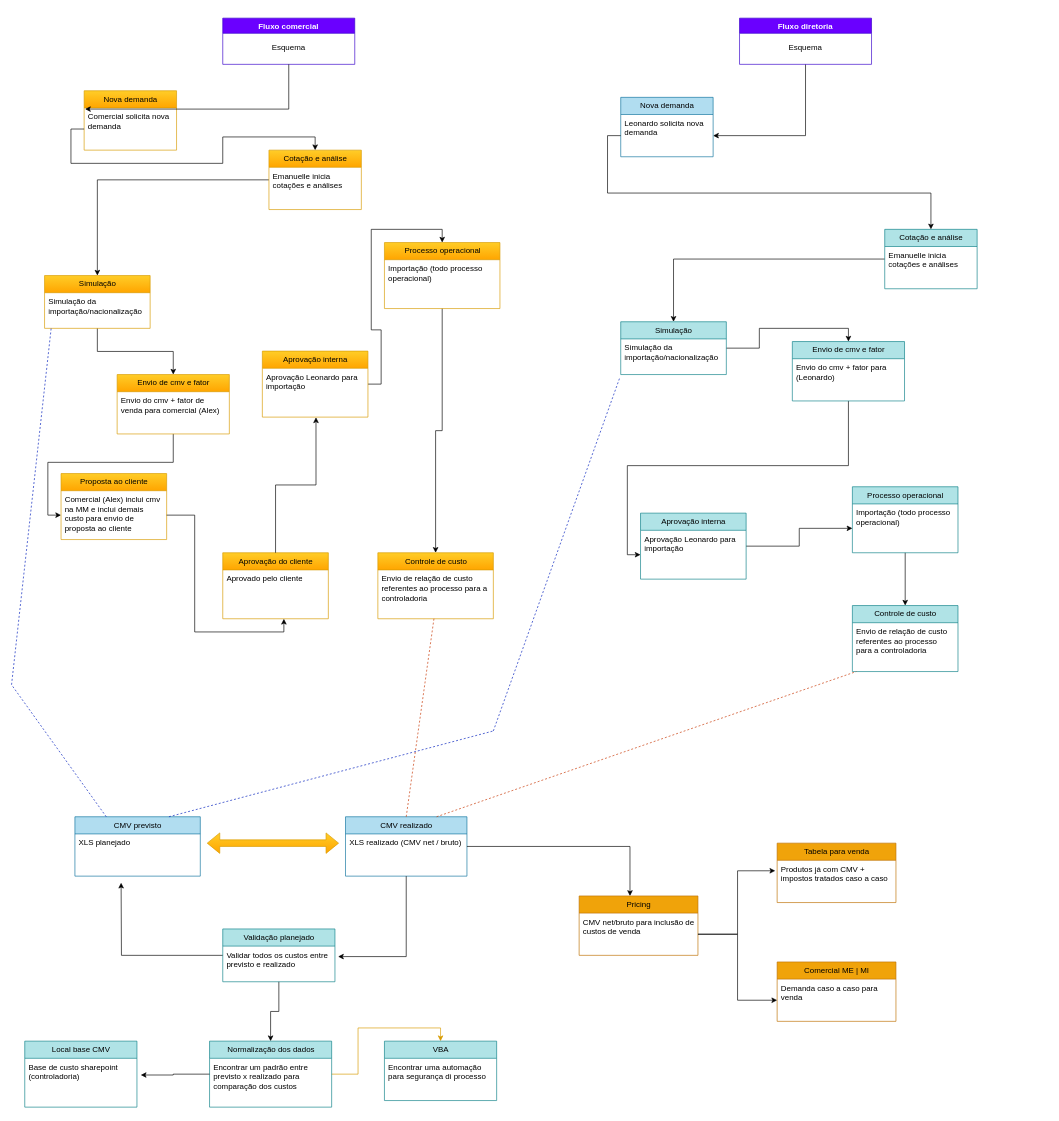
Before: fluxo_importação.drawio in L-Vasconcelos/drawio, a draw.io diagram. Source tidied: cells renumbered, new cells numbered last; positions are measured from the earlier drawing's top-left corner, leaving out a move shared by most shapes. Both pictures are drawn from the tidied source at 66%, with x=0, y=0 at pixel (11, 18).
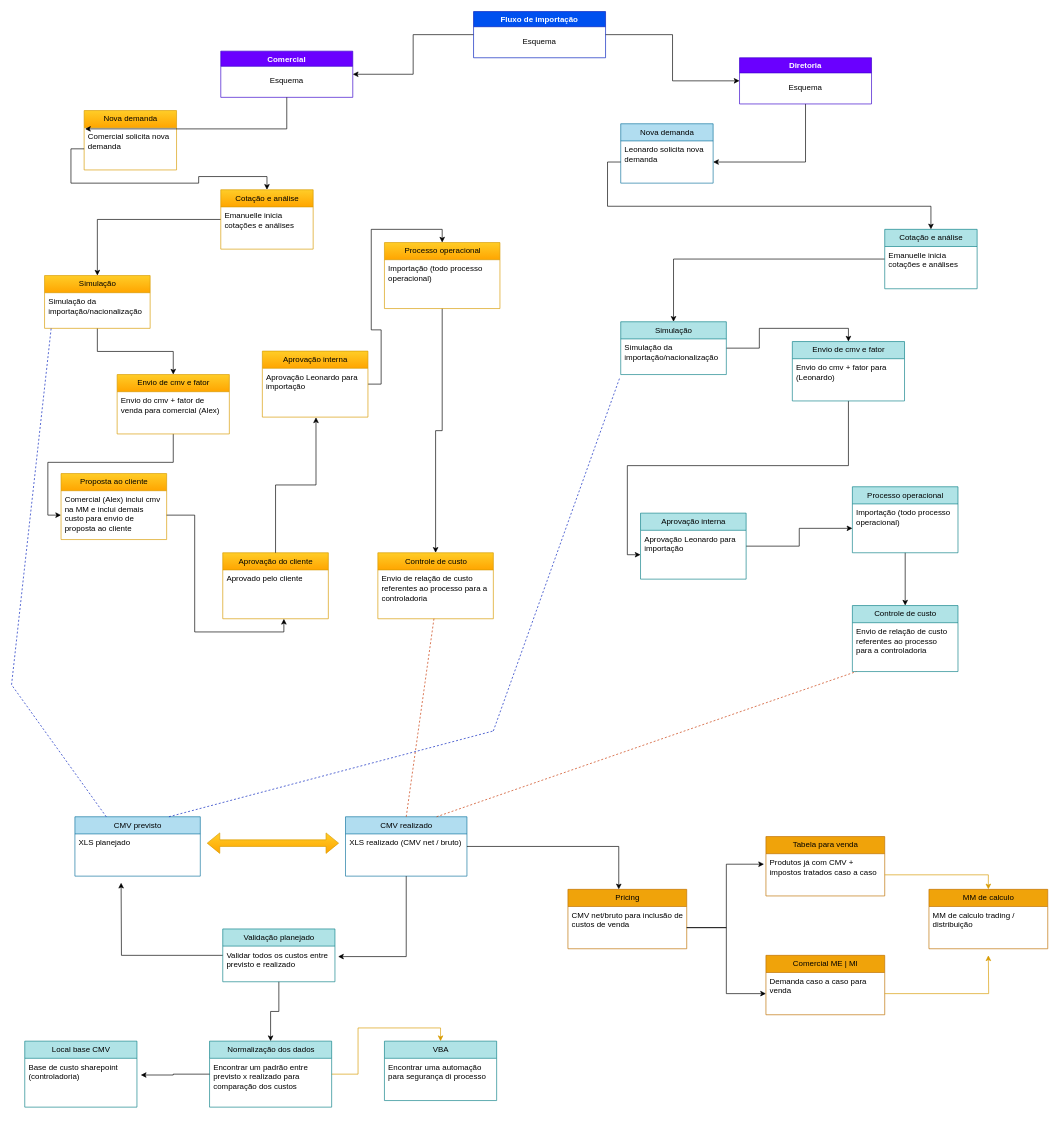
After the change.

The change refers to these unchanged cells:
```xml
<mxCell id="76" value="Produtos já com CMV + impostos tratados caso a caso" style="text;strokeColor=none;fillColor=none;align=left;verticalAlign=top;spacingLeft=4;spacingRight=4;overflow=hidden;points=[[0,0.5],[1,0.5]];portConstraint=eastwest;whiteSpace=wrap;html=1;" parent="75" vertex="1">
  <mxGeometry y="26" width="180" height="64" as="geometry" />
</mxCell>
<mxCell id="78" value="Demanda caso a caso para venda" style="text;strokeColor=none;fillColor=none;align=left;verticalAlign=top;spacingLeft=4;spacingRight=4;overflow=hidden;points=[[0,0.5],[1,0.5]];portConstraint=eastwest;whiteSpace=wrap;html=1;" parent="77" vertex="1">
  <mxGeometry y="26" width="180" height="64" as="geometry" />
</mxCell>
```

What changed in the source:
```diff
@@
     <mxCell id="2" value="&lt;font&gt;Nova demanda&lt;/font&gt;" style="swimlane;fontStyle=0;horizontal=1;startSize=26;fillColor=#ffcd28;html=1;gradientColor=#ffa500;strokeColor=#d79b00;" parent="1" vertex="1">
-      <mxGeometry x="110" y="110" width="140" height="90" as="geometry" />
+      <mxGeometry x="110" y="140" width="140" height="90" as="geometry" />
     </mxCell>
@@
     <mxCell id="5" value="Cotação e análise" style="swimlane;fontStyle=0;horizontal=1;startSize=26;fillColor=#ffcd28;html=1;gradientColor=#ffa500;strokeColor=#d79b00;" parent="1" vertex="1">
-      <mxGeometry x="390" y="200" width="140" height="90" as="geometry" />
+      <mxGeometry x="317" y="260" width="140" height="90" as="geometry" />
     </mxCell>
@@
-    <mxCell id="26" value="Fluxo comercial" style="swimlane;fillColor=#6a00ff;fontColor=#ffffff;strokeColor=#3700CC;" parent="1" vertex="1">
-      <mxGeometry x="320" width="200" height="70" as="geometry" />
+    <mxCell id="26" value="Comercial" style="swimlane;fillColor=#6a00ff;fontColor=#ffffff;strokeColor=#3700CC;" parent="1" vertex="1">
+      <mxGeometry x="317" y="50" width="200" height="70" as="geometry" />
     </mxCell>
@@
     <mxCell id="30" value="Nova demanda" style="swimlane;fontStyle=0;horizontal=1;startSize=26;fillColor=#b1ddf0;html=1;strokeColor=#10739e;" parent="1" vertex="1">
-      <mxGeometry x="923" y="120" width="140" height="90" as="geometry" />
+      <mxGeometry x="923" y="160" width="140" height="90" as="geometry" />
     </mxCell>
@@
-    <mxCell id="49" value="Fluxo diretoria" style="swimlane;fillColor=#6a00ff;fontColor=#ffffff;strokeColor=#3700CC;" parent="1" vertex="1">
-      <mxGeometry x="1103" width="200" height="70" as="geometry" />
+    <mxCell id="49" value="Diretoria" style="swimlane;fillColor=#6a00ff;fontColor=#ffffff;strokeColor=#3700CC;" parent="1" vertex="1">
+      <mxGeometry x="1103" y="60" width="200" height="70" as="geometry" />
     </mxCell>
@@
     <mxCell id="55" value="Pricing" style="swimlane;fontStyle=0;horizontal=1;startSize=26;fillColor=#f0a30a;html=1;strokeColor=#BD7000;fontColor=#000000;" parent="1" vertex="1">
-      <mxGeometry x="860" y="1330" width="180" height="90" as="geometry" />
+      <mxGeometry x="843" y="1320" width="180" height="90" as="geometry" />
     </mxCell>
@@
     <mxCell id="75" value="Tabela para venda" style="swimlane;fontStyle=0;horizontal=1;startSize=26;fillColor=#f0a30a;html=1;strokeColor=#BD7000;fontColor=#000000;" parent="1" vertex="1">
-      <mxGeometry x="1160" y="1250" width="180" height="90" as="geometry" />
+      <mxGeometry x="1143" y="1240" width="180" height="90" as="geometry" />
     </mxCell>
@@
     <mxCell id="77" value="Comercial ME | MI" style="swimlane;fontStyle=0;horizontal=1;startSize=26;fillColor=#f0a30a;html=1;strokeColor=#BD7000;fontColor=#000000;" parent="1" vertex="1">
-      <mxGeometry x="1160" y="1430" width="180" height="90" as="geometry" />
+      <mxGeometry x="1143" y="1420" width="180" height="90" as="geometry" />
     </mxCell>
+    <mxCell id="87" style="edgeStyle=orthogonalEdgeStyle;rounded=0;jettySize=auto;html=1;fillColor=#ffcd28;gradientColor=#ffa500;strokeColor=#d79b00;" parent="77" edge="1" source="78">
+      <mxGeometry relative="1" as="geometry">
+        <mxPoint x="337" as="targetPoint" />
+      </mxGeometry>
+    </mxCell>
@@
+    <mxCell id="88" style="edgeStyle=orthogonalEdgeStyle;rounded=0;jettySize=auto;html=1;entryX=1;entryY=0.5;entryDx=0;entryDy=0;" parent="1" edge="1" source="90" target="26">
+      <mxGeometry relative="1" as="geometry" />
+    </mxCell>
+    <mxCell id="89" style="edgeStyle=orthogonalEdgeStyle;rounded=0;jettySize=auto;html=1;entryX=0;entryY=0.5;entryDx=0;entryDy=0;" parent="1" edge="1" source="90" target="49">
+      <mxGeometry relative="1" as="geometry" />
+    </mxCell>
+    <mxCell id="90" value="Fluxo de importação" style="swimlane;fillColor=#0050ef;strokeColor=#001DBC;fontColor=#ffffff;" parent="1" vertex="1">
+      <mxGeometry x="700" y="-10" width="200" height="70" as="geometry" />
+    </mxCell>
+    <mxCell id="91" value="Esquema" style="text;html=1;whiteSpace=wrap;strokeColor=none;fillColor=none;align=center;verticalAlign=middle;rounded=0;" parent="90" vertex="1">
+      <mxGeometry x="70" y="30" width="60" height="30" as="geometry" />
+    </mxCell>
+    <mxCell id="92" value="MM de calculo" style="swimlane;fontStyle=0;horizontal=1;startSize=26;fillColor=#f0a30a;html=1;strokeColor=#BD7000;fontColor=#000000;" parent="1" vertex="1">
+      <mxGeometry x="1390" y="1320" width="180" height="90" as="geometry" />
+    </mxCell>
+    <mxCell id="93" value="MM de calculo trading / distribuição" style="text;strokeColor=none;fillColor=none;align=left;verticalAlign=top;spacingLeft=4;spacingRight=4;overflow=hidden;whiteSpace=wrap;html=1;" parent="92" vertex="1">
+      <mxGeometry y="26" width="180" height="64" as="geometry" />
+    </mxCell>
+    <mxCell id="94" style="edgeStyle=orthogonalEdgeStyle;rounded=0;jettySize=auto;html=1;entryX=0.5;entryY=0;entryDx=0;entryDy=0;fillColor=#ffcd28;gradientColor=#ffa500;strokeColor=#d79b00;" parent="1" edge="1" source="76" target="92">
+      <mxGeometry relative="1" as="geometry" />
+    </mxCell>
```
